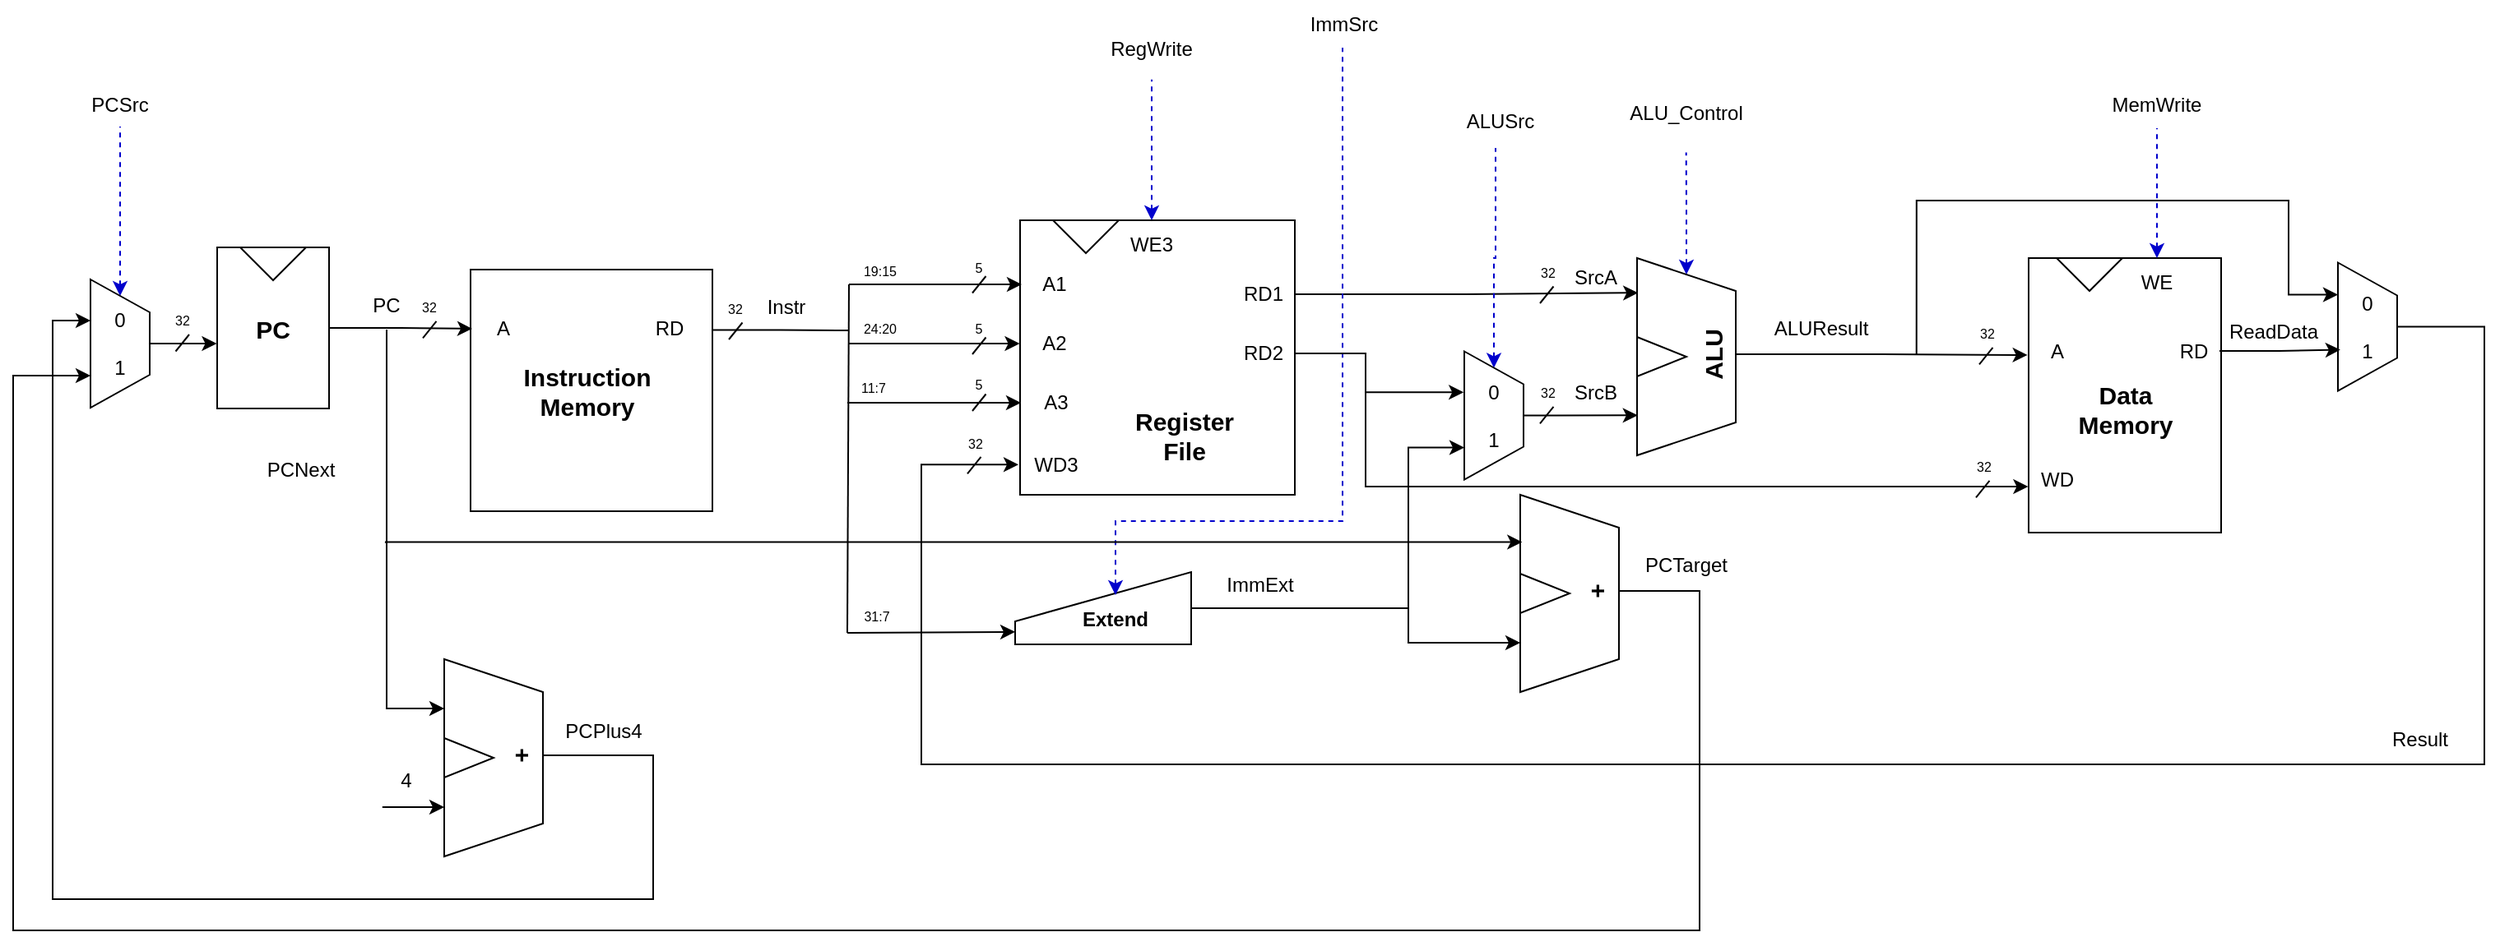
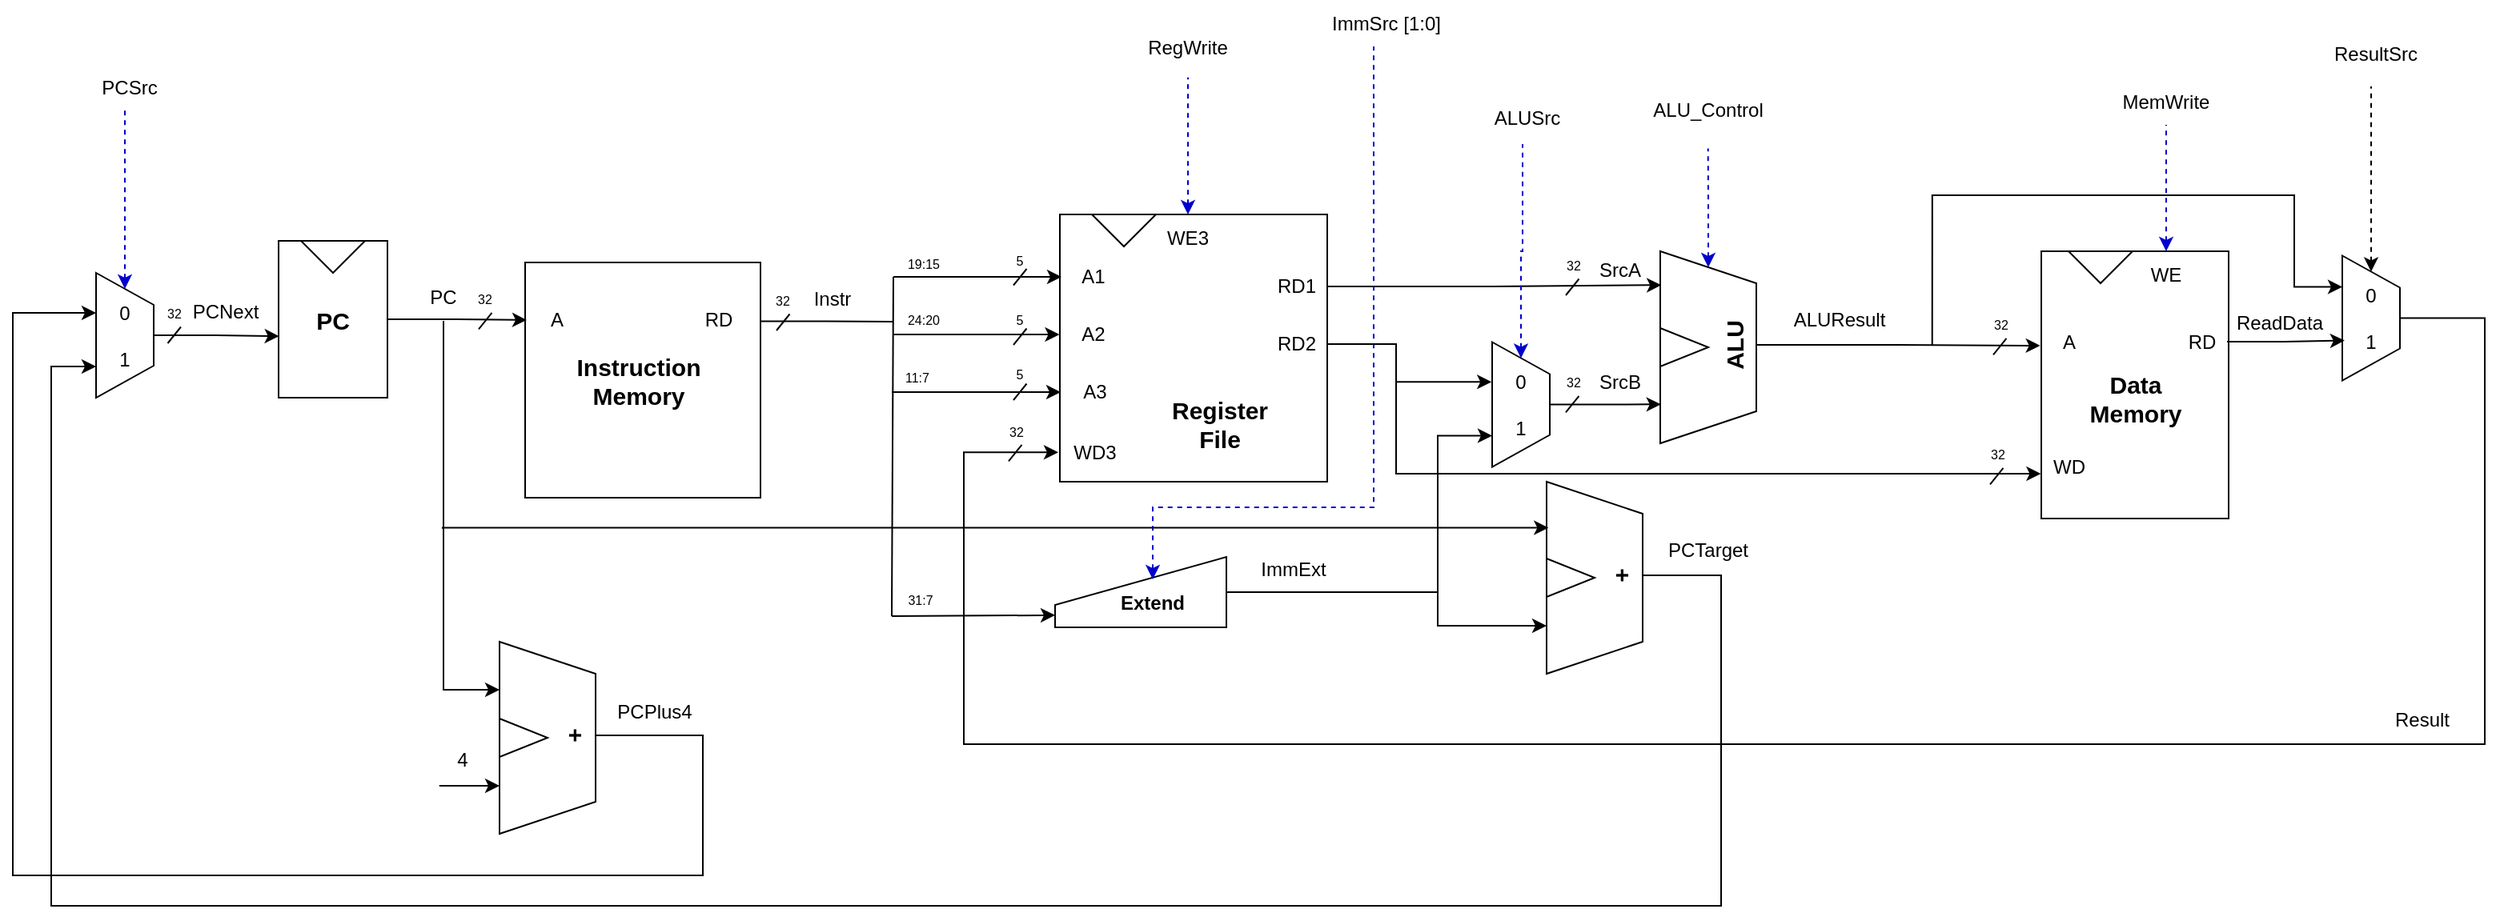
<mxfile host="Electron" agent="Mozilla/5.0 (Windows NT 10.0; Win64; x64) AppleWebKit/537.36 (KHTML, like Gecko) draw.io/29.3.6 Chrome/140.0.7339.249 Electron/38.8.0 Safari/537.36" version="29.3.6">
  <diagram name="Page-1" id="OLErdfox9KnpW-KPDXab">
-     <mxGraphModel dx="2458" dy="1252" grid="0" gridSize="10" guides="1" tooltips="1" connect="1" arrows="1" fold="1" page="0" pageScale="1" pageWidth="2500" pageHeight="1500" math="0" shadow="0">
+     <mxGraphModel dx="766" dy="220" grid="0" gridSize="10" guides="1" tooltips="1" connect="1" arrows="1" fold="1" page="0" pageScale="1" pageWidth="2500" pageHeight="1500" math="0" shadow="0">
      <root>
        <mxCell id="0" />
        <mxCell id="1" parent="0" />
        <mxCell id="keleflHd92EnxNvwJJRL-112" parent="1" style="text;html=1;whiteSpace=wrap;strokeColor=none;fillColor=none;align=center;verticalAlign=middle;rounded=0;" value="&lt;font style=&quot;font-size: 8px;&quot;&gt;32&lt;/font&gt;" vertex="1">
-           <mxGeometry height="30" width="60" x="-141" y="306" as="geometry" />
+           <mxGeometry height="30" width="60" x="-185" y="306.75" as="geometry" />
        </mxCell>
        <mxCell id="keleflHd92EnxNvwJJRL-108" parent="1" style="text;html=1;whiteSpace=wrap;strokeColor=none;fillColor=none;align=center;verticalAlign=middle;rounded=0;" value="&lt;font style=&quot;font-size: 8px;&quot;&gt;32&lt;/font&gt;" vertex="1">
          <mxGeometry height="30" width="60" x="195" y="298.5" as="geometry" />
        </mxCell>
        <mxCell id="keleflHd92EnxNvwJJRL-85" parent="1" style="text;html=1;whiteSpace=wrap;strokeColor=none;fillColor=none;align=center;verticalAlign=middle;rounded=0;" value="&lt;font style=&quot;font-size: 8px;&quot;&gt;32&lt;/font&gt;" vertex="1">
          <mxGeometry height="30" width="60" x="956" y="314" as="geometry" />
        </mxCell>
        <mxCell id="keleflHd92EnxNvwJJRL-56" parent="1" style="text;html=1;whiteSpace=wrap;strokeColor=none;fillColor=none;align=center;verticalAlign=middle;rounded=0;" value="&lt;font style=&quot;font-size: 8px;&quot;&gt;32&lt;/font&gt;" vertex="1">
          <mxGeometry height="30" width="60" x="341" y="380.5" as="geometry" />
        </mxCell>
        <mxCell id="keleflHd92EnxNvwJJRL-84" edge="1" parent="1" source="keleflHd92EnxNvwJJRL-132" style="edgeStyle=orthogonalEdgeStyle;rounded=0;orthogonalLoop=1;jettySize=auto;html=1;entryX=-0.006;entryY=0.89;entryDx=0;entryDy=0;entryPerimeter=0;exitX=0.5;exitY=0;exitDx=0;exitDy=0;" target="keleflHd92EnxNvwJJRL-1">
          <mxGeometry relative="1" as="geometry">
            <Array as="points">
              <mxPoint x="1288" y="326" />
              <mxPoint x="1288" y="592" />
              <mxPoint x="338" y="592" />
              <mxPoint x="338" y="410" />
            </Array>
            <mxPoint x="1288" y="485" as="sourcePoint" />
            <mxPoint x="394" y="409.25" as="targetPoint" />
          </mxGeometry>
        </mxCell>
        <mxCell id="keleflHd92EnxNvwJJRL-83" parent="1" style="text;html=1;whiteSpace=wrap;strokeColor=none;fillColor=none;align=center;verticalAlign=middle;rounded=0;" value="ALUResult" vertex="1">
          <mxGeometry height="30" width="60" x="855" y="311.5" as="geometry" />
        </mxCell>
        <mxCell id="keleflHd92EnxNvwJJRL-64" parent="1" style="text;html=1;whiteSpace=wrap;strokeColor=none;fillColor=none;align=center;verticalAlign=middle;rounded=0;" value="ImmExt" vertex="1">
          <mxGeometry height="30" width="60" x="514" y="468" as="geometry" />
        </mxCell>
        <mxCell id="keleflHd92EnxNvwJJRL-34" parent="1" style="text;html=1;whiteSpace=wrap;strokeColor=none;fillColor=none;align=center;verticalAlign=middle;rounded=0;" value="Instr" vertex="1">
          <mxGeometry height="30" width="60" x="226" y="298.5" as="geometry" />
        </mxCell>
        <mxCell id="keleflHd92EnxNvwJJRL-54" parent="1" style="text;html=1;whiteSpace=wrap;strokeColor=none;fillColor=none;align=center;verticalAlign=middle;rounded=0;" value="&lt;font style=&quot;font-size: 8px;&quot;&gt;5&lt;/font&gt;" vertex="1">
          <mxGeometry height="30" width="60" x="343" y="345.25" as="geometry" />
        </mxCell>
        <mxCell id="keleflHd92EnxNvwJJRL-52" parent="1" style="text;html=1;whiteSpace=wrap;strokeColor=none;fillColor=none;align=center;verticalAlign=middle;rounded=0;" value="&lt;font style=&quot;font-size: 8px;&quot;&gt;5&lt;/font&gt;" vertex="1">
          <mxGeometry height="30" width="60" x="343" y="310.75" as="geometry" />
        </mxCell>
        <mxCell id="keleflHd92EnxNvwJJRL-1" parent="1" style="whiteSpace=wrap;html=1;aspect=fixed;align=left;" value="" vertex="1">
          <mxGeometry height="167" width="167" x="398" y="261" as="geometry" />
        </mxCell>
        <mxCell id="keleflHd92EnxNvwJJRL-35" edge="1" parent="1" source="keleflHd92EnxNvwJJRL-2" style="edgeStyle=orthogonalEdgeStyle;rounded=0;orthogonalLoop=1;jettySize=auto;html=1;exitX=0;exitY=0.5;exitDx=0;exitDy=0;endArrow=none;endFill=0;startArrow=classic;startFill=1;">
          <mxGeometry relative="1" as="geometry">
            <mxPoint x="294" y="300" as="targetPoint" />
          </mxGeometry>
        </mxCell>
        <mxCell id="keleflHd92EnxNvwJJRL-2" parent="1" style="text;html=1;whiteSpace=wrap;strokeColor=none;fillColor=none;align=center;verticalAlign=middle;rounded=0;" value="A1" vertex="1">
          <mxGeometry height="30" width="40" x="399" y="285" as="geometry" />
        </mxCell>
        <mxCell id="keleflHd92EnxNvwJJRL-36" edge="1" parent="1" source="keleflHd92EnxNvwJJRL-3" style="edgeStyle=orthogonalEdgeStyle;rounded=0;orthogonalLoop=1;jettySize=auto;html=1;exitX=0;exitY=0.5;exitDx=0;exitDy=0;endArrow=none;endFill=0;startArrow=classic;startFill=1;">
          <mxGeometry relative="1" as="geometry">
            <mxPoint x="294" y="336" as="targetPoint" />
          </mxGeometry>
        </mxCell>
        <mxCell id="keleflHd92EnxNvwJJRL-3" parent="1" style="text;html=1;whiteSpace=wrap;strokeColor=none;fillColor=none;align=center;verticalAlign=middle;rounded=0;" value="A2" vertex="1">
          <mxGeometry height="30" width="42" x="397.75" y="321" as="geometry" />
        </mxCell>
        <mxCell id="keleflHd92EnxNvwJJRL-37" edge="1" parent="1" source="keleflHd92EnxNvwJJRL-4" style="edgeStyle=orthogonalEdgeStyle;rounded=0;orthogonalLoop=1;jettySize=auto;html=1;exitX=0;exitY=0.5;exitDx=0;exitDy=0;endArrow=none;endFill=0;startArrow=classic;startFill=1;">
          <mxGeometry relative="1" as="geometry">
            <mxPoint x="293" y="372" as="targetPoint" />
          </mxGeometry>
        </mxCell>
        <mxCell id="keleflHd92EnxNvwJJRL-4" parent="1" style="text;html=1;whiteSpace=wrap;strokeColor=none;fillColor=none;align=center;verticalAlign=middle;rounded=0;" value="A3" vertex="1">
          <mxGeometry height="30" width="42" x="398.5" y="357" as="geometry" />
        </mxCell>
        <mxCell id="keleflHd92EnxNvwJJRL-5" parent="1" style="text;html=1;whiteSpace=wrap;strokeColor=none;fillColor=none;align=center;verticalAlign=middle;rounded=0;" value="WD3" vertex="1">
          <mxGeometry height="30" width="42" x="398.5" y="395" as="geometry" />
        </mxCell>
        <mxCell id="keleflHd92EnxNvwJJRL-114" edge="1" parent="1" source="keleflHd92EnxNvwJJRL-7" style="edgeStyle=orthogonalEdgeStyle;rounded=0;orthogonalLoop=1;jettySize=auto;html=1;endArrow=none;endFill=0;startArrow=classic;startFill=1;dashed=1;strokeColor=#0000CC;">
          <mxGeometry relative="1" as="geometry">
            <mxPoint x="478" y="175.36170732214094" as="targetPoint" />
          </mxGeometry>
        </mxCell>
        <mxCell id="keleflHd92EnxNvwJJRL-7" parent="1" style="text;html=1;whiteSpace=wrap;strokeColor=none;fillColor=none;align=center;verticalAlign=middle;rounded=0;" value="WE3" vertex="1">
          <mxGeometry height="30" width="60" x="448" y="261" as="geometry" />
        </mxCell>
        <mxCell id="keleflHd92EnxNvwJJRL-8" parent="1" style="triangle;whiteSpace=wrap;html=1;direction=south;" value="" vertex="1">
          <mxGeometry height="20" width="40" x="418" y="261" as="geometry" />
        </mxCell>
        <mxCell id="keleflHd92EnxNvwJJRL-9" parent="1" style="text;html=1;whiteSpace=wrap;strokeColor=none;fillColor=none;align=center;verticalAlign=middle;rounded=0;" value="RD1" vertex="1">
          <mxGeometry height="30" width="38" x="527" y="291" as="geometry" />
        </mxCell>
        <mxCell id="keleflHd92EnxNvwJJRL-118" edge="1" parent="1" source="keleflHd92EnxNvwJJRL-10" style="edgeStyle=orthogonalEdgeStyle;rounded=0;orthogonalLoop=1;jettySize=auto;html=1;exitX=1;exitY=0.5;exitDx=0;exitDy=0;entryX=-0.01;entryY=0.616;entryDx=0;entryDy=0;entryPerimeter=0;" target="keleflHd92EnxNvwJJRL-26">
          <mxGeometry relative="1" as="geometry">
            <Array as="points">
              <mxPoint x="608" y="342" />
              <mxPoint x="608" y="423" />
              <mxPoint x="1011" y="423" />
            </Array>
          </mxGeometry>
        </mxCell>
        <mxCell id="keleflHd92EnxNvwJJRL-10" parent="1" style="text;html=1;whiteSpace=wrap;strokeColor=none;fillColor=none;align=center;verticalAlign=middle;rounded=0;" value="RD2" vertex="1">
          <mxGeometry height="30" width="38" x="527" y="327" as="geometry" />
        </mxCell>
        <mxCell id="keleflHd92EnxNvwJJRL-11" parent="1" style="text;html=1;whiteSpace=wrap;strokeColor=none;fillColor=none;align=center;verticalAlign=middle;rounded=0;" value="&lt;b&gt;&lt;font style=&quot;font-size: 15px;&quot;&gt;Register &lt;br&gt;File&lt;/font&gt;&lt;/b&gt;" vertex="1">
          <mxGeometry height="30" width="100" x="448" y="377" as="geometry" />
        </mxCell>
        <mxCell id="keleflHd92EnxNvwJJRL-33" edge="1" parent="1" source="keleflHd92EnxNvwJJRL-15" style="edgeStyle=orthogonalEdgeStyle;rounded=0;orthogonalLoop=1;jettySize=auto;html=1;exitX=1;exitY=0.25;exitDx=0;exitDy=0;endArrow=none;endFill=0;">
          <mxGeometry relative="1" as="geometry">
            <mxPoint x="294" y="328" as="targetPoint" />
          </mxGeometry>
        </mxCell>
        <mxCell id="keleflHd92EnxNvwJJRL-15" parent="1" style="whiteSpace=wrap;html=1;aspect=fixed;" value="" vertex="1">
          <mxGeometry height="147" width="147" x="64" y="291" as="geometry" />
        </mxCell>
        <mxCell id="keleflHd92EnxNvwJJRL-17" parent="1" style="text;html=1;whiteSpace=wrap;strokeColor=none;fillColor=none;align=center;verticalAlign=middle;rounded=0;" value="A" vertex="1">
          <mxGeometry height="30" width="38" x="65" y="312" as="geometry" />
        </mxCell>
        <mxCell id="keleflHd92EnxNvwJJRL-18" parent="1" style="text;html=1;whiteSpace=wrap;strokeColor=none;fillColor=none;align=center;verticalAlign=middle;rounded=0;" value="RD" vertex="1">
          <mxGeometry height="30" width="38" x="166" y="312" as="geometry" />
        </mxCell>
        <mxCell id="keleflHd92EnxNvwJJRL-19" parent="1" style="text;html=1;whiteSpace=wrap;strokeColor=none;fillColor=none;align=center;verticalAlign=middle;rounded=0;" value="&lt;b&gt;&lt;font style=&quot;font-size: 15px;&quot;&gt;Instruction&lt;br&gt;Memory&lt;/font&gt;&lt;/b&gt;" vertex="1">
          <mxGeometry height="30" width="100" x="84.5" y="350" as="geometry" />
        </mxCell>
        <mxCell id="keleflHd92EnxNvwJJRL-20" parent="1" style="rounded=0;whiteSpace=wrap;html=1;" value="" vertex="1">
          <mxGeometry height="167" width="117" x="1011" y="284" as="geometry" />
        </mxCell>
        <mxCell id="keleflHd92EnxNvwJJRL-119" edge="1" parent="1" source="keleflHd92EnxNvwJJRL-21" style="edgeStyle=orthogonalEdgeStyle;rounded=0;orthogonalLoop=1;jettySize=auto;html=1;exitX=0.5;exitY=0;exitDx=0;exitDy=0;endArrow=none;endFill=0;startArrow=classic;startFill=1;dashed=1;strokeColor=#0000CC;">
          <mxGeometry relative="1" as="geometry">
            <mxPoint x="1089" y="205" as="targetPoint" />
          </mxGeometry>
        </mxCell>
        <mxCell id="keleflHd92EnxNvwJJRL-21" parent="1" style="text;html=1;whiteSpace=wrap;strokeColor=none;fillColor=none;align=center;verticalAlign=middle;rounded=0;" value="WE" vertex="1">
          <mxGeometry height="30" width="60" x="1059" y="284" as="geometry" />
        </mxCell>
        <mxCell id="keleflHd92EnxNvwJJRL-22" parent="1" style="triangle;whiteSpace=wrap;html=1;direction=south;" value="" vertex="1">
          <mxGeometry height="20" width="40" x="1028" y="284" as="geometry" />
        </mxCell>
        <mxCell id="keleflHd92EnxNvwJJRL-23" parent="1" style="text;html=1;whiteSpace=wrap;strokeColor=none;fillColor=none;align=center;verticalAlign=middle;rounded=0;" value="RD" vertex="1">
          <mxGeometry height="30" width="31" x="1096" y="325.5" as="geometry" />
        </mxCell>
        <mxCell id="keleflHd92EnxNvwJJRL-24" parent="1" style="text;html=1;whiteSpace=wrap;strokeColor=none;fillColor=none;align=center;verticalAlign=middle;rounded=0;" value="A" vertex="1">
          <mxGeometry height="30" width="35" x="1011" y="325.5" as="geometry" />
        </mxCell>
        <mxCell id="keleflHd92EnxNvwJJRL-26" parent="1" style="text;html=1;whiteSpace=wrap;strokeColor=none;fillColor=none;align=center;verticalAlign=middle;rounded=0;" value="WD" vertex="1">
          <mxGeometry height="30" width="35" x="1011" y="404" as="geometry" />
        </mxCell>
        <mxCell id="keleflHd92EnxNvwJJRL-28" parent="1" style="text;html=1;whiteSpace=wrap;strokeColor=none;fillColor=none;align=center;verticalAlign=middle;rounded=0;" value="&lt;b&gt;&lt;font style=&quot;font-size: 15px;&quot;&gt;Data Memory&lt;/font&gt;&lt;/b&gt;" vertex="1">
          <mxGeometry height="30" width="60" x="1039.5" y="360.5" as="geometry" />
        </mxCell>
        <mxCell id="keleflHd92EnxNvwJJRL-31" edge="1" parent="1" source="keleflHd92EnxNvwJJRL-29" style="edgeStyle=orthogonalEdgeStyle;rounded=0;orthogonalLoop=1;jettySize=auto;html=1;exitX=1;exitY=0.5;exitDx=0;exitDy=0;entryX=0;entryY=0.5;entryDx=0;entryDy=0;" target="keleflHd92EnxNvwJJRL-17">
          <mxGeometry relative="1" as="geometry" />
        </mxCell>
        <mxCell id="keleflHd92EnxNvwJJRL-29" parent="1" style="rounded=0;whiteSpace=wrap;html=1;" value="&lt;b&gt;&lt;font style=&quot;font-size: 15px;&quot;&gt;PC&lt;/font&gt;&lt;/b&gt;" vertex="1">
          <mxGeometry height="98" width="68" x="-90" y="277.5" as="geometry" />
        </mxCell>
        <mxCell id="keleflHd92EnxNvwJJRL-30" parent="1" style="triangle;whiteSpace=wrap;html=1;direction=south;" value="" vertex="1">
          <mxGeometry height="20" width="40" x="-76" y="277.5" as="geometry" />
        </mxCell>
        <mxCell id="keleflHd92EnxNvwJJRL-101" edge="1" parent="1" source="keleflHd92EnxNvwJJRL-32" style="edgeStyle=orthogonalEdgeStyle;rounded=0;orthogonalLoop=1;jettySize=auto;html=1;exitX=0.5;exitY=1;exitDx=0;exitDy=0;entryX=0.25;entryY=1;entryDx=0;entryDy=0;" target="keleflHd92EnxNvwJJRL-96">
          <mxGeometry relative="1" as="geometry" />
        </mxCell>
        <mxCell id="keleflHd92EnxNvwJJRL-32" parent="1" style="text;html=1;whiteSpace=wrap;strokeColor=none;fillColor=none;align=center;verticalAlign=middle;rounded=0;" value="PC" vertex="1">
          <mxGeometry height="30" width="60" x="-17" y="297.5" as="geometry" />
        </mxCell>
        <mxCell id="keleflHd92EnxNvwJJRL-40" edge="1" parent="1" style="endArrow=none;html=1;rounded=0;" value="">
          <mxGeometry height="50" relative="1" width="50" as="geometry">
            <mxPoint x="293" y="512" as="sourcePoint" />
            <mxPoint x="294" y="300" as="targetPoint" />
          </mxGeometry>
        </mxCell>
        <mxCell id="keleflHd92EnxNvwJJRL-42" parent="1" style="text;html=1;whiteSpace=wrap;strokeColor=none;fillColor=none;align=center;verticalAlign=middle;rounded=0;" value="&lt;font style=&quot;font-size: 8px;&quot;&gt;5&lt;/font&gt;" vertex="1">
          <mxGeometry height="30" width="60" x="343" y="273.5" as="geometry" />
        </mxCell>
        <mxCell id="keleflHd92EnxNvwJJRL-46" edge="1" parent="1" style="endArrow=none;html=1;rounded=0;" value="">
          <mxGeometry height="50" relative="1" width="50" as="geometry">
            <mxPoint x="369" y="305.25" as="sourcePoint" />
            <mxPoint x="377.25" y="295" as="targetPoint" />
          </mxGeometry>
        </mxCell>
        <mxCell id="keleflHd92EnxNvwJJRL-53" edge="1" parent="1" style="endArrow=none;html=1;rounded=0;" value="">
          <mxGeometry height="50" relative="1" width="50" as="geometry">
            <mxPoint x="369" y="342.5" as="sourcePoint" />
            <mxPoint x="377.25" y="332.25" as="targetPoint" />
          </mxGeometry>
        </mxCell>
        <mxCell id="keleflHd92EnxNvwJJRL-55" edge="1" parent="1" style="endArrow=none;html=1;rounded=0;" value="">
          <mxGeometry height="50" relative="1" width="50" as="geometry">
            <mxPoint x="369" y="377" as="sourcePoint" />
            <mxPoint x="377.25" y="366.75" as="targetPoint" />
          </mxGeometry>
        </mxCell>
        <mxCell id="keleflHd92EnxNvwJJRL-57" edge="1" parent="1" style="endArrow=none;html=1;rounded=0;" value="">
          <mxGeometry height="50" relative="1" width="50" as="geometry">
            <mxPoint x="366" y="415.13" as="sourcePoint" />
            <mxPoint x="374.25" y="404.88" as="targetPoint" />
          </mxGeometry>
        </mxCell>
        <mxCell id="keleflHd92EnxNvwJJRL-58" parent="1" style="text;html=1;whiteSpace=wrap;strokeColor=none;fillColor=none;align=center;verticalAlign=middle;rounded=0;" value="&lt;font style=&quot;font-size: 8px;&quot;&gt;19:15&lt;/font&gt;" vertex="1">
          <mxGeometry height="30" width="60" x="283" y="276" as="geometry" />
        </mxCell>
        <mxCell id="keleflHd92EnxNvwJJRL-59" parent="1" style="text;html=1;whiteSpace=wrap;strokeColor=none;fillColor=none;align=center;verticalAlign=middle;rounded=0;" value="&lt;font style=&quot;font-size: 8px;&quot;&gt;24:20&lt;/font&gt;" vertex="1">
          <mxGeometry height="30" width="60" x="283" y="310.75" as="geometry" />
        </mxCell>
        <mxCell id="keleflHd92EnxNvwJJRL-63" edge="1" parent="1" source="keleflHd92EnxNvwJJRL-60" style="edgeStyle=orthogonalEdgeStyle;rounded=0;orthogonalLoop=1;jettySize=auto;html=1;exitX=1;exitY=0.5;exitDx=0;exitDy=0;entryX=0.75;entryY=1;entryDx=0;entryDy=0;" target="keleflHd92EnxNvwJJRL-125">
          <mxGeometry relative="1" as="geometry">
            <Array as="points">
              <mxPoint x="634" y="497" />
              <mxPoint x="634" y="399" />
            </Array>
            <mxPoint x="567.7647346047793" y="496.7647058823529" as="targetPoint" />
          </mxGeometry>
        </mxCell>
        <mxCell id="keleflHd92EnxNvwJJRL-60" parent="1" style="shape=manualInput;whiteSpace=wrap;html=1;" value="" vertex="1">
          <mxGeometry height="44" width="107" x="395" y="475" as="geometry" />
        </mxCell>
        <mxCell id="keleflHd92EnxNvwJJRL-62" edge="1" parent="1" style="endArrow=classic;html=1;rounded=0;entryX=0;entryY=0.828;entryDx=0;entryDy=0;entryPerimeter=0;" target="keleflHd92EnxNvwJJRL-60" value="">
          <mxGeometry height="50" relative="1" width="50" as="geometry">
            <mxPoint x="293" y="512" as="sourcePoint" />
            <mxPoint x="343" y="462" as="targetPoint" />
          </mxGeometry>
        </mxCell>
        <mxCell id="keleflHd92EnxNvwJJRL-116" edge="1" parent="1" source="keleflHd92EnxNvwJJRL-76" style="edgeStyle=orthogonalEdgeStyle;rounded=0;orthogonalLoop=1;jettySize=auto;html=1;exitX=0;exitY=0.5;exitDx=0;exitDy=0;endArrow=none;endFill=0;startArrow=classic;startFill=1;dashed=1;strokeColor=#0000CC;">
          <mxGeometry relative="1" as="geometry">
            <mxPoint x="802.8571428571429" y="219.7142769949777" as="targetPoint" />
          </mxGeometry>
        </mxCell>
        <mxCell id="keleflHd92EnxNvwJJRL-76" parent="1" style="shape=trapezoid;perimeter=trapezoidPerimeter;whiteSpace=wrap;html=1;fixedSize=1;direction=south;" value="" vertex="1">
          <mxGeometry height="120" width="60" x="773" y="284" as="geometry" />
        </mxCell>
        <mxCell id="keleflHd92EnxNvwJJRL-77" parent="1" style="triangle;whiteSpace=wrap;html=1;" value="" vertex="1">
          <mxGeometry height="24" width="30" x="773" y="332" as="geometry" />
        </mxCell>
        <mxCell id="keleflHd92EnxNvwJJRL-78" parent="1" style="text;html=1;whiteSpace=wrap;strokeColor=none;fillColor=none;align=center;verticalAlign=middle;rounded=0;" value="SrcA" vertex="1">
          <mxGeometry height="30" width="60" x="718" y="280.75" as="geometry" />
        </mxCell>
        <mxCell id="keleflHd92EnxNvwJJRL-79" edge="1" parent="1" source="keleflHd92EnxNvwJJRL-9" style="edgeStyle=orthogonalEdgeStyle;rounded=0;orthogonalLoop=1;jettySize=auto;html=1;exitX=1;exitY=0.5;exitDx=0;exitDy=0;entryX=0.176;entryY=0.99;entryDx=0;entryDy=0;entryPerimeter=0;" target="keleflHd92EnxNvwJJRL-76">
          <mxGeometry relative="1" as="geometry" />
        </mxCell>
        <mxCell id="keleflHd92EnxNvwJJRL-80" parent="1" style="text;html=1;whiteSpace=wrap;strokeColor=none;fillColor=none;align=center;verticalAlign=middle;rounded=0;" value="SrcB" vertex="1">
          <mxGeometry height="30" width="60" x="718" y="350.5" as="geometry" />
        </mxCell>
        <mxCell id="keleflHd92EnxNvwJJRL-82" edge="1" parent="1" source="keleflHd92EnxNvwJJRL-81" style="edgeStyle=orthogonalEdgeStyle;rounded=0;orthogonalLoop=1;jettySize=auto;html=1;exitX=0.5;exitY=0;exitDx=0;exitDy=0;entryX=-0.019;entryY=0.583;entryDx=0;entryDy=0;entryPerimeter=0;" target="keleflHd92EnxNvwJJRL-24">
          <mxGeometry relative="1" as="geometry">
            <mxPoint x="884" y="343" as="targetPoint" />
          </mxGeometry>
        </mxCell>
        <mxCell id="keleflHd92EnxNvwJJRL-81" parent="1" style="text;html=1;whiteSpace=wrap;strokeColor=none;fillColor=none;align=center;verticalAlign=middle;rounded=0;direction=west;rotation=270;" value="&lt;b&gt;&lt;font style=&quot;font-size: 15px;&quot;&gt;ALU&lt;/font&gt;&lt;/b&gt;" vertex="1">
          <mxGeometry height="30" width="61" x="788" y="327.5" as="geometry" />
        </mxCell>
        <mxCell id="keleflHd92EnxNvwJJRL-86" edge="1" parent="1" style="endArrow=none;html=1;rounded=0;" value="">
          <mxGeometry height="50" relative="1" width="50" as="geometry">
            <mxPoint x="981" y="348.63" as="sourcePoint" />
            <mxPoint x="989.25" y="338.38" as="targetPoint" />
          </mxGeometry>
        </mxCell>
        <mxCell id="keleflHd92EnxNvwJJRL-87" parent="1" style="text;html=1;whiteSpace=wrap;strokeColor=none;fillColor=none;align=center;verticalAlign=middle;rounded=0;" value="&lt;font style=&quot;font-size: 8px;&quot;&gt;32&lt;/font&gt;" vertex="1">
          <mxGeometry height="30" width="60" x="689" y="276.87" as="geometry" />
        </mxCell>
        <mxCell id="keleflHd92EnxNvwJJRL-88" edge="1" parent="1" style="endArrow=none;html=1;rounded=0;" value="">
          <mxGeometry height="50" relative="1" width="50" as="geometry">
            <mxPoint x="714" y="311.5" as="sourcePoint" />
            <mxPoint x="722.25" y="301.25" as="targetPoint" />
          </mxGeometry>
        </mxCell>
        <mxCell id="keleflHd92EnxNvwJJRL-89" parent="1" style="text;html=1;whiteSpace=wrap;strokeColor=none;fillColor=none;align=center;verticalAlign=middle;rounded=0;" value="&lt;font style=&quot;font-size: 8px;&quot;&gt;32&lt;/font&gt;" vertex="1">
          <mxGeometry height="30" width="60" x="689" y="350" as="geometry" />
        </mxCell>
        <mxCell id="keleflHd92EnxNvwJJRL-90" edge="1" parent="1" style="endArrow=none;html=1;rounded=0;" value="">
          <mxGeometry height="50" relative="1" width="50" as="geometry">
            <mxPoint x="714" y="384.63" as="sourcePoint" />
            <mxPoint x="722.25" y="374.38" as="targetPoint" />
          </mxGeometry>
        </mxCell>
        <mxCell id="keleflHd92EnxNvwJJRL-94" parent="1" style="text;html=1;whiteSpace=wrap;strokeColor=none;fillColor=none;align=center;verticalAlign=middle;rounded=0;" value="&lt;font style=&quot;font-size: 8px;&quot;&gt;31:7&lt;/font&gt;" vertex="1">
          <mxGeometry height="30" width="60" x="281" y="486" as="geometry" />
        </mxCell>
        <mxCell id="keleflHd92EnxNvwJJRL-95" parent="1" style="text;html=1;whiteSpace=wrap;strokeColor=none;fillColor=none;align=center;verticalAlign=middle;rounded=0;" value="&lt;font style=&quot;font-size: 8px;&quot;&gt;11:7&lt;/font&gt;" vertex="1">
          <mxGeometry height="30" width="60" x="279" y="347" as="geometry" />
        </mxCell>
        <mxCell id="keleflHd92EnxNvwJJRL-104" edge="1" parent="1" source="keleflHd92EnxNvwJJRL-96" style="edgeStyle=orthogonalEdgeStyle;rounded=0;orthogonalLoop=1;jettySize=auto;html=1;exitX=0.75;exitY=1;exitDx=0;exitDy=0;endArrow=none;endFill=0;startArrow=classic;startFill=1;">
          <mxGeometry relative="1" as="geometry">
            <mxPoint x="10.368421052631675" y="617.8421052631579" as="targetPoint" />
          </mxGeometry>
        </mxCell>
        <mxCell id="keleflHd92EnxNvwJJRL-96" parent="1" style="shape=trapezoid;perimeter=trapezoidPerimeter;whiteSpace=wrap;html=1;fixedSize=1;direction=south;" value="" vertex="1">
          <mxGeometry height="120" width="60" x="48" y="528" as="geometry" />
        </mxCell>
        <mxCell id="keleflHd92EnxNvwJJRL-97" parent="1" style="triangle;whiteSpace=wrap;html=1;" value="" vertex="1">
          <mxGeometry height="24" width="30" x="48" y="576" as="geometry" />
        </mxCell>
        <mxCell id="keleflHd92EnxNvwJJRL-102" edge="1" parent="1" source="keleflHd92EnxNvwJJRL-98" style="edgeStyle=orthogonalEdgeStyle;rounded=0;orthogonalLoop=1;jettySize=auto;html=1;entryX=0.321;entryY=1;entryDx=0;entryDy=0;exitX=0.5;exitY=0;exitDx=0;exitDy=0;entryPerimeter=0;" target="keleflHd92EnxNvwJJRL-145">
          <mxGeometry relative="1" as="geometry">
            <Array as="points">
              <mxPoint x="175" y="587" />
              <mxPoint x="175" y="674" />
-               <mxPoint x="-190" y="674" />
-               <mxPoint x="-190" y="322" />
+               <mxPoint x="-256" y="674" />
+               <mxPoint x="-256" y="323" />
            </Array>
            <mxPoint x="157" y="598" as="sourcePoint" />
          </mxGeometry>
        </mxCell>
        <mxCell id="keleflHd92EnxNvwJJRL-98" parent="1" style="text;html=1;whiteSpace=wrap;strokeColor=none;fillColor=none;align=center;verticalAlign=middle;rounded=0;direction=west;rotation=270;" value="&lt;b&gt;&lt;font style=&quot;font-size: 15px;&quot;&gt;+&lt;/font&gt;&lt;/b&gt;" vertex="1">
          <mxGeometry height="30" width="61" x="63" y="571.5" as="geometry" />
        </mxCell>
        <mxCell id="keleflHd92EnxNvwJJRL-103" parent="1" style="text;html=1;whiteSpace=wrap;strokeColor=none;fillColor=none;align=center;verticalAlign=middle;rounded=0;" value="PCNext" vertex="1">
-           <mxGeometry height="30" width="60" x="-69" y="398" as="geometry" />
+           <mxGeometry height="30" width="60" x="-153" y="306.87" as="geometry" />
        </mxCell>
        <mxCell id="keleflHd92EnxNvwJJRL-105" parent="1" style="text;html=1;whiteSpace=wrap;strokeColor=none;fillColor=none;align=center;verticalAlign=middle;rounded=0;" value="4" vertex="1">
          <mxGeometry height="30" width="60" x="-5" y="587" as="geometry" />
        </mxCell>
        <mxCell id="keleflHd92EnxNvwJJRL-106" parent="1" style="text;html=1;whiteSpace=wrap;strokeColor=none;fillColor=none;align=center;verticalAlign=middle;rounded=0;" value="PCPlus4" vertex="1">
          <mxGeometry height="30" width="60" x="115" y="557" as="geometry" />
        </mxCell>
        <mxCell id="keleflHd92EnxNvwJJRL-109" edge="1" parent="1" style="endArrow=none;html=1;rounded=0;" value="">
          <mxGeometry height="50" relative="1" width="50" as="geometry">
            <mxPoint x="221" y="333.5" as="sourcePoint" />
            <mxPoint x="229.25" y="323.25" as="targetPoint" />
          </mxGeometry>
        </mxCell>
        <mxCell id="keleflHd92EnxNvwJJRL-110" parent="1" style="text;html=1;whiteSpace=wrap;strokeColor=none;fillColor=none;align=center;verticalAlign=middle;rounded=0;" value="&lt;font style=&quot;font-size: 8px;&quot;&gt;32&lt;/font&gt;" vertex="1">
          <mxGeometry height="30" width="60" x="9" y="297.5" as="geometry" />
        </mxCell>
        <mxCell id="keleflHd92EnxNvwJJRL-111" edge="1" parent="1" style="endArrow=none;html=1;rounded=0;" value="">
          <mxGeometry height="50" relative="1" width="50" as="geometry">
            <mxPoint x="35" y="332.63" as="sourcePoint" />
            <mxPoint x="43.25" y="322.38" as="targetPoint" />
          </mxGeometry>
        </mxCell>
-         <mxCell id="keleflHd92EnxNvwJJRL-113" edge="1" parent="1" style="endArrow=none;html=1;rounded=0;" value="">
-           <mxGeometry height="50" relative="1" width="50" as="geometry">
-             <mxPoint x="-142" y="332.13" as="sourcePoint" />
-             <mxPoint x="-133.75" y="321.88" as="targetPoint" />
-           </mxGeometry>
-         </mxCell>
        <mxCell id="keleflHd92EnxNvwJJRL-115" parent="1" style="text;html=1;whiteSpace=wrap;strokeColor=none;fillColor=none;align=center;verticalAlign=middle;rounded=0;" value="RegWrite" vertex="1">
          <mxGeometry height="30" width="60" x="448" y="142" as="geometry" />
        </mxCell>
        <mxCell id="keleflHd92EnxNvwJJRL-117" parent="1" style="text;html=1;whiteSpace=wrap;strokeColor=none;fillColor=none;align=center;verticalAlign=middle;rounded=0;" value="ALU_Control" vertex="1">
          <mxGeometry height="30" width="60" x="773" y="181" as="geometry" />
        </mxCell>
        <mxCell id="keleflHd92EnxNvwJJRL-120" parent="1" style="text;html=1;whiteSpace=wrap;strokeColor=none;fillColor=none;align=center;verticalAlign=middle;rounded=0;" value="MemWrite" vertex="1">
          <mxGeometry height="30" width="60" x="1059" y="176" as="geometry" />
        </mxCell>
        <mxCell id="keleflHd92EnxNvwJJRL-123" edge="1" parent="1" source="keleflHd92EnxNvwJJRL-122" style="edgeStyle=orthogonalEdgeStyle;rounded=0;orthogonalLoop=1;jettySize=auto;html=1;exitX=0.5;exitY=0;exitDx=0;exitDy=0;endArrow=none;endFill=0;startArrow=classic;startFill=1;dashed=1;strokeColor=#0000CC;">
          <mxGeometry relative="1" as="geometry">
            <Array as="points">
              <mxPoint x="456" y="444" />
              <mxPoint x="594" y="444" />
            </Array>
            <mxPoint x="594" y="156" as="targetPoint" />
          </mxGeometry>
        </mxCell>
        <mxCell id="keleflHd92EnxNvwJJRL-122" parent="1" style="text;html=1;whiteSpace=wrap;strokeColor=none;fillColor=none;align=center;verticalAlign=middle;rounded=0;" value="&lt;b&gt;&lt;font&gt;Extend&lt;/font&gt;&lt;/b&gt;" vertex="1">
          <mxGeometry height="30" width="60" x="426" y="489" as="geometry" />
        </mxCell>
-         <mxCell id="keleflHd92EnxNvwJJRL-124" parent="1" style="text;html=1;whiteSpace=wrap;strokeColor=none;fillColor=none;align=center;verticalAlign=middle;rounded=0;" value="ImmSrc" vertex="1">
-           <mxGeometry height="30" width="60" x="565" y="127" as="geometry" />
+         <mxCell id="keleflHd92EnxNvwJJRL-124" parent="1" style="text;html=1;whiteSpace=wrap;strokeColor=none;fillColor=none;align=center;verticalAlign=middle;rounded=0;" value="ImmSrc [1:0]" vertex="1">
+           <mxGeometry height="30" width="74" x="565" y="127" as="geometry" />
        </mxCell>
        <mxCell id="keleflHd92EnxNvwJJRL-129" edge="1" parent="1" source="keleflHd92EnxNvwJJRL-125" style="edgeStyle=orthogonalEdgeStyle;rounded=0;orthogonalLoop=1;jettySize=auto;html=1;exitX=0;exitY=0.5;exitDx=0;exitDy=0;endArrow=none;endFill=0;startArrow=classic;startFill=1;dashed=1;strokeColor=#0000CC;">
          <mxGeometry relative="1" as="geometry">
            <Array as="points">
              <mxPoint x="686" y="284" />
              <mxPoint x="687" y="284" />
              <mxPoint x="687" y="226" />
            </Array>
            <mxPoint x="687" y="217" as="targetPoint" />
          </mxGeometry>
        </mxCell>
        <mxCell id="keleflHd92EnxNvwJJRL-125" parent="1" style="shape=trapezoid;perimeter=trapezoidPerimeter;whiteSpace=wrap;html=1;fixedSize=1;direction=south;" value="0&lt;div&gt;&lt;br&gt;&lt;/div&gt;&lt;div&gt;1&lt;/div&gt;" vertex="1">
          <mxGeometry height="78" width="36" x="668" y="340.75" as="geometry" />
        </mxCell>
        <mxCell id="keleflHd92EnxNvwJJRL-127" edge="1" parent="1" source="keleflHd92EnxNvwJJRL-125" style="edgeStyle=orthogonalEdgeStyle;rounded=0;orthogonalLoop=1;jettySize=auto;html=1;exitX=0.5;exitY=0;exitDx=0;exitDy=0;entryX=0.923;entryY=0.972;entryDx=0;entryDy=0;entryPerimeter=0;" target="keleflHd92EnxNvwJJRL-80">
          <mxGeometry relative="1" as="geometry">
            <Array as="points">
              <mxPoint x="724" y="380" />
              <mxPoint x="773" y="380" />
            </Array>
            <mxPoint x="766" y="380" as="targetPoint" />
          </mxGeometry>
        </mxCell>
        <mxCell id="keleflHd92EnxNvwJJRL-128" edge="1" parent="1" source="keleflHd92EnxNvwJJRL-10" style="edgeStyle=orthogonalEdgeStyle;rounded=0;orthogonalLoop=1;jettySize=auto;html=1;exitX=1;exitY=0.5;exitDx=0;exitDy=0;entryX=0.319;entryY=1.011;entryDx=0;entryDy=0;entryPerimeter=0;" target="keleflHd92EnxNvwJJRL-125">
          <mxGeometry relative="1" as="geometry">
            <Array as="points">
              <mxPoint x="608" y="342" />
              <mxPoint x="608" y="366" />
            </Array>
          </mxGeometry>
        </mxCell>
        <mxCell id="keleflHd92EnxNvwJJRL-130" parent="1" style="text;html=1;whiteSpace=wrap;strokeColor=none;fillColor=none;align=center;verticalAlign=middle;rounded=0;" value="ALUSrc" vertex="1">
          <mxGeometry height="30" width="60" x="660" y="186" as="geometry" />
        </mxCell>
        <mxCell id="keleflHd92EnxNvwJJRL-134" edge="1" parent="1" source="keleflHd92EnxNvwJJRL-132" style="edgeStyle=orthogonalEdgeStyle;rounded=0;orthogonalLoop=1;jettySize=auto;html=1;exitX=0.25;exitY=1;exitDx=0;exitDy=0;endArrow=none;endFill=0;startArrow=classic;startFill=1;">
          <mxGeometry relative="1" as="geometry">
            <Array as="points">
              <mxPoint x="1169" y="306" />
              <mxPoint x="1169" y="249" />
              <mxPoint x="943" y="249" />
            </Array>
            <mxPoint x="942.8572126116073" y="343.0000435965402" as="targetPoint" />
          </mxGeometry>
        </mxCell>
+         <mxCell id="ZXEBMu2A81YRQGAvMfn_-1" edge="1" parent="1" source="keleflHd92EnxNvwJJRL-132" style="edgeStyle=orthogonalEdgeStyle;rounded=0;orthogonalLoop=1;jettySize=auto;html=1;exitX=0;exitY=0.5;exitDx=0;exitDy=0;endArrow=none;endFill=0;startArrow=classic;startFill=1;dashed=1;">
+           <mxGeometry relative="1" as="geometry">
+             <mxPoint x="1217" y="180.9999624399038" as="targetPoint" />
+           </mxGeometry>
+         </mxCell>
        <mxCell id="keleflHd92EnxNvwJJRL-132" parent="1" style="shape=trapezoid;perimeter=trapezoidPerimeter;whiteSpace=wrap;html=1;fixedSize=1;direction=south;" value="0&lt;div&gt;&lt;br&gt;&lt;/div&gt;&lt;div&gt;1&lt;/div&gt;" vertex="1">
          <mxGeometry height="78" width="36" x="1199" y="286.75" as="geometry" />
        </mxCell>
        <mxCell id="keleflHd92EnxNvwJJRL-133" parent="1" style="text;html=1;whiteSpace=wrap;strokeColor=none;fillColor=none;align=center;verticalAlign=middle;rounded=0;" value="Result" vertex="1">
          <mxGeometry height="30" width="60" x="1219" y="562" as="geometry" />
        </mxCell>
        <mxCell id="keleflHd92EnxNvwJJRL-135" edge="1" parent="1" source="keleflHd92EnxNvwJJRL-23" style="edgeStyle=orthogonalEdgeStyle;rounded=0;orthogonalLoop=1;jettySize=auto;html=1;exitX=1;exitY=0.5;exitDx=0;exitDy=0;entryX=0.68;entryY=0.96;entryDx=0;entryDy=0;entryPerimeter=0;" target="keleflHd92EnxNvwJJRL-132">
          <mxGeometry relative="1" as="geometry" />
        </mxCell>
        <mxCell id="keleflHd92EnxNvwJJRL-136" parent="1" style="text;html=1;whiteSpace=wrap;strokeColor=none;fillColor=none;align=center;verticalAlign=middle;rounded=0;" value="ReadData" vertex="1">
          <mxGeometry height="30" width="60" x="1130" y="314" as="geometry" />
        </mxCell>
        <mxCell id="keleflHd92EnxNvwJJRL-137" parent="1" style="text;html=1;whiteSpace=wrap;strokeColor=none;fillColor=none;align=center;verticalAlign=middle;rounded=0;" value="&lt;font style=&quot;font-size: 8px;&quot;&gt;32&lt;/font&gt;" vertex="1">
          <mxGeometry height="30" width="60" x="954" y="395" as="geometry" />
        </mxCell>
        <mxCell id="keleflHd92EnxNvwJJRL-138" edge="1" parent="1" style="endArrow=none;html=1;rounded=0;" value="">
          <mxGeometry height="50" relative="1" width="50" as="geometry">
            <mxPoint x="979" y="429.63" as="sourcePoint" />
            <mxPoint x="987.25" y="419.38" as="targetPoint" />
          </mxGeometry>
        </mxCell>
        <mxCell id="keleflHd92EnxNvwJJRL-139" edge="1" parent="1" source="keleflHd92EnxNvwJJRL-140" style="edgeStyle=orthogonalEdgeStyle;rounded=0;orthogonalLoop=1;jettySize=auto;html=1;exitX=0.75;exitY=1;exitDx=0;exitDy=0;endArrow=none;endFill=0;startArrow=classic;startFill=1;">
          <mxGeometry relative="1" as="geometry">
            <Array as="points">
              <mxPoint x="634" y="518" />
            </Array>
            <mxPoint x="634" y="497" as="targetPoint" />
          </mxGeometry>
        </mxCell>
        <mxCell id="keleflHd92EnxNvwJJRL-140" parent="1" style="shape=trapezoid;perimeter=trapezoidPerimeter;whiteSpace=wrap;html=1;fixedSize=1;direction=south;" value="" vertex="1">
          <mxGeometry height="120" width="60" x="702" y="428" as="geometry" />
        </mxCell>
        <mxCell id="keleflHd92EnxNvwJJRL-141" parent="1" style="triangle;whiteSpace=wrap;html=1;" value="" vertex="1">
          <mxGeometry height="24" width="30" x="702" y="476" as="geometry" />
        </mxCell>
        <mxCell id="keleflHd92EnxNvwJJRL-150" edge="1" parent="1" source="keleflHd92EnxNvwJJRL-142" style="edgeStyle=orthogonalEdgeStyle;rounded=0;orthogonalLoop=1;jettySize=auto;html=1;exitX=0.5;exitY=0;exitDx=0;exitDy=0;entryX=0.75;entryY=1;entryDx=0;entryDy=0;" target="keleflHd92EnxNvwJJRL-145">
          <mxGeometry relative="1" as="geometry">
            <Array as="points">
              <mxPoint x="811" y="487" />
              <mxPoint x="811" y="693" />
-               <mxPoint x="-214" y="693" />
-               <mxPoint x="-214" y="356" />
+               <mxPoint x="-232" y="693" />
+               <mxPoint x="-232" y="356" />
            </Array>
          </mxGeometry>
        </mxCell>
        <mxCell id="keleflHd92EnxNvwJJRL-142" parent="1" style="text;html=1;whiteSpace=wrap;strokeColor=none;fillColor=none;align=center;verticalAlign=middle;rounded=0;direction=west;rotation=270;" value="&lt;b&gt;&lt;font style=&quot;font-size: 15px;&quot;&gt;+&lt;/font&gt;&lt;/b&gt;" vertex="1">
          <mxGeometry height="30" width="61" x="717" y="471.5" as="geometry" />
        </mxCell>
        <mxCell id="keleflHd92EnxNvwJJRL-144" edge="1" parent="1" source="keleflHd92EnxNvwJJRL-140" style="edgeStyle=orthogonalEdgeStyle;rounded=0;orthogonalLoop=1;jettySize=auto;html=1;exitX=0.24;exitY=0.981;exitDx=0;exitDy=0;endArrow=none;endFill=0;startArrow=classic;startFill=1;exitPerimeter=0;">
          <mxGeometry relative="1" as="geometry">
            <Array as="points">
              <mxPoint x="12" y="457" />
            </Array>
            <mxPoint x="702" y="452.96" as="sourcePoint" />
            <mxPoint x="13" y="457" as="targetPoint" />
          </mxGeometry>
        </mxCell>
        <mxCell id="keleflHd92EnxNvwJJRL-146" edge="1" parent="1" source="keleflHd92EnxNvwJJRL-145" style="edgeStyle=orthogonalEdgeStyle;rounded=0;orthogonalLoop=1;jettySize=auto;html=1;exitX=0;exitY=0.5;exitDx=0;exitDy=0;endArrow=none;endFill=0;dashed=1;startArrow=classic;startFill=1;strokeColor=#0000CC;">
          <mxGeometry relative="1" as="geometry">
            <Array as="points">
-               <mxPoint x="-149" y="206" />
-             </Array>
-             <mxPoint x="-149" y="204" as="targetPoint" />
+               <mxPoint x="-186" y="196" />
+             </Array>
+             <mxPoint x="-185" y="196" as="targetPoint" />
          </mxGeometry>
        </mxCell>
        <mxCell id="keleflHd92EnxNvwJJRL-145" parent="1" style="shape=trapezoid;perimeter=trapezoidPerimeter;whiteSpace=wrap;html=1;fixedSize=1;direction=south;" value="0&lt;div&gt;&lt;br&gt;&lt;/div&gt;&lt;div&gt;1&lt;/div&gt;" vertex="1">
-           <mxGeometry height="78" width="36" x="-167" y="297" as="geometry" />
+           <mxGeometry height="78" width="36" x="-204" y="297.5" as="geometry" />
        </mxCell>
        <mxCell id="keleflHd92EnxNvwJJRL-147" parent="1" style="text;html=1;whiteSpace=wrap;strokeColor=none;fillColor=none;align=center;verticalAlign=middle;rounded=0;" value="PCSrc" vertex="1">
-           <mxGeometry height="30" width="60" x="-179" y="176" as="geometry" />
-         </mxCell>
-         <mxCell id="keleflHd92EnxNvwJJRL-148" edge="1" parent="1" source="keleflHd92EnxNvwJJRL-145" style="edgeStyle=orthogonalEdgeStyle;rounded=0;orthogonalLoop=1;jettySize=auto;html=1;exitX=0.5;exitY=0;exitDx=0;exitDy=0;entryX=-0.004;entryY=0.597;entryDx=0;entryDy=0;entryPerimeter=0;" target="keleflHd92EnxNvwJJRL-29">
-           <mxGeometry relative="1" as="geometry" />
+           <mxGeometry height="30" width="60" x="-213" y="167" as="geometry" />
+         </mxCell>
+         <mxCell id="keleflHd92EnxNvwJJRL-148" edge="1" parent="1" source="keleflHd92EnxNvwJJRL-145" style="edgeStyle=orthogonalEdgeStyle;rounded=0;orthogonalLoop=1;jettySize=auto;html=1;exitX=0.5;exitY=0;exitDx=0;exitDy=0;entryX=0.005;entryY=0.608;entryDx=0;entryDy=0;entryPerimeter=0;" target="keleflHd92EnxNvwJJRL-29">
+           <mxGeometry relative="1" as="geometry">
+             <mxPoint x="-99.27199999999993" y="336.506" as="targetPoint" />
+           </mxGeometry>
        </mxCell>
        <mxCell id="keleflHd92EnxNvwJJRL-149" edge="1" parent="1" style="endArrow=none;html=1;rounded=0;" value="">
          <mxGeometry height="50" relative="1" width="50" as="geometry">
-             <mxPoint x="-115.25" y="340.75" as="sourcePoint" />
-             <mxPoint x="-107" y="330.5" as="targetPoint" />
+             <mxPoint x="-159.25" y="341.5" as="sourcePoint" />
+             <mxPoint x="-151" y="331.25" as="targetPoint" />
          </mxGeometry>
        </mxCell>
        <mxCell id="keleflHd92EnxNvwJJRL-151" parent="1" style="text;html=1;whiteSpace=wrap;strokeColor=none;fillColor=none;align=center;verticalAlign=middle;rounded=0;" value="PCTarget" vertex="1">
          <mxGeometry height="30" width="60" x="773" y="456" as="geometry" />
+         </mxCell>
+         <mxCell id="ZXEBMu2A81YRQGAvMfn_-2" parent="1" style="text;html=1;whiteSpace=wrap;strokeColor=none;fillColor=none;align=center;verticalAlign=middle;rounded=0;" value="ResultSrc" vertex="1">
+           <mxGeometry height="30" width="60" x="1190" y="146" as="geometry" />
        </mxCell>
      </root>
    </mxGraphModel>
  </diagram>
</mxfile>
